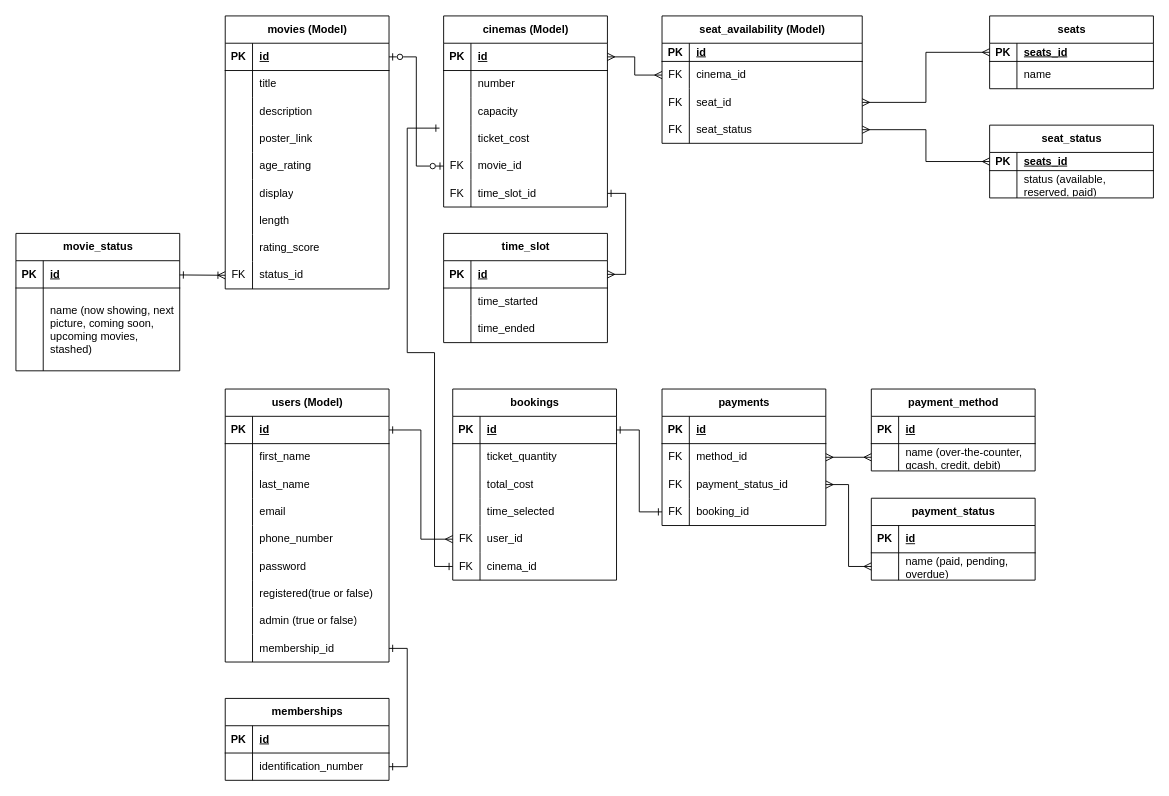
Above: page "Page-2" (2 of 2) of FLICKS.drawio in SammDumpingStation/FLICKS-Movie-Ticket-Booking-System (draw.io), before the change. Source tidied: cells renumbered, new cells numbered last; positions are measured from the earlier drawing's top-left corner, leaving out a move shared by most shapes. Both pictures are drawn from the tidied source at 91%, with x=0, y=0 at pixel (15, 15).
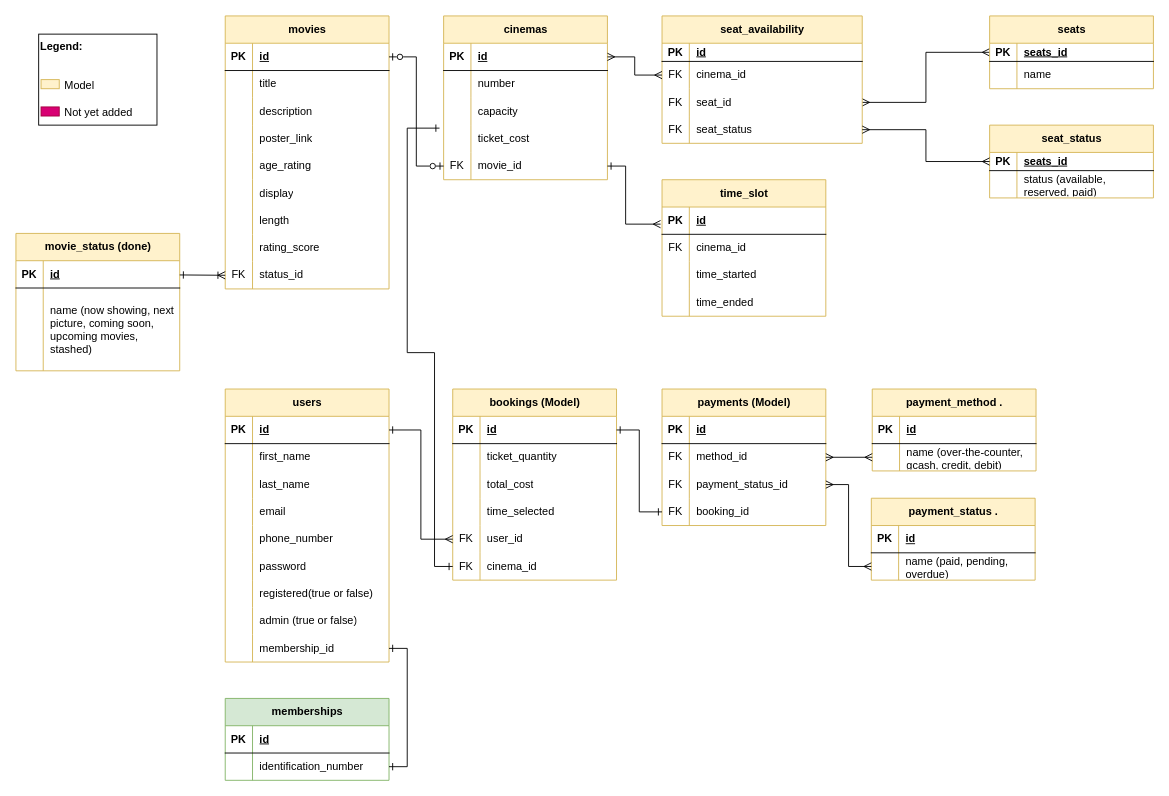
Above is the later version.

Commit message:
Flicks ERD

The change refers to these unchanged cells:
```xml
<mxCell id="84" style="shape=tableRow;horizontal=0;startSize=0;swimlaneHead=0;swimlaneBody=0;fillColor=none;points=[[0,0.5],[1,0.5]];portConstraint=eastwest;top=0;left=0;right=0;bottom=0;" parent="71" vertex="1">
  <mxGeometry y="150" width="180" height="30" as="geometry" />
</mxCell>
<mxCell id="146" style="shape=tableRow;horizontal=0;startSize=0;swimlaneHead=0;swimlaneBody=0;fillColor=none;points=[[0,0.5],[1,0.5]];portConstraint=eastwest;top=0;left=0;right=0;bottom=1;" parent="145" vertex="1">
  <mxGeometry y="30" width="180" height="30" as="geometry" />
</mxCell>
```

What changed in the source:
```diff
@@
-    <mxCell id="2" value="movies (Model)" style="shape=table;startSize=30;childLayout=tableLayout;rowLines=0;fontStyle=1;align=center;html=1;" parent="1" vertex="1">
+    <mxCell id="2" value="movies" style="shape=table;startSize=30;childLayout=tableLayout;rowLines=0;fontStyle=1;align=center;html=1;fillColor=#fff2cc;strokeColor=#d6b656;" parent="1" vertex="1">
       <mxGeometry x="230" width="180" height="300" as="geometry" />
     </mxCell>
@@
-    <mxCell id="30" value="users (Model)" style="shape=table;startSize=30;childLayout=tableLayout;rowLines=0;fontStyle=1;align=center;html=1;" parent="1" vertex="1">
+    <mxCell id="30" value="users" style="shape=table;startSize=30;childLayout=tableLayout;rowLines=0;fontStyle=1;align=center;html=1;fillColor=#fff2cc;strokeColor=#d6b656;" parent="1" vertex="1">
       <mxGeometry x="230" y="410" width="180" height="300" as="geometry" />
     </mxCell>
@@
-    <mxCell id="58" value="payments" style="shape=table;startSize=30;childLayout=tableLayout;rowLines=0;fontStyle=1;align=center;html=1;" parent="1" vertex="1">
+    <mxCell id="58" value="payments (Model)" style="shape=table;startSize=30;childLayout=tableLayout;rowLines=0;fontStyle=1;align=center;html=1;fillColor=#fff2cc;strokeColor=#d6b656;" parent="1" vertex="1">
       <mxGeometry x="710" y="410" width="180" height="150" as="geometry" />
     </mxCell>
@@
-    <mxCell id="71" value="cinemas (Model)" style="shape=table;startSize=30;childLayout=tableLayout;rowLines=0;fontStyle=1;align=center;html=1;" parent="1" vertex="1">
-      <mxGeometry x="470" width="180" height="210" as="geometry" />
+    <mxCell id="71" value="cinemas" style="shape=table;startSize=30;childLayout=tableLayout;rowLines=0;fontStyle=1;align=center;html=1;fillColor=#fff2cc;strokeColor=#d6b656;" parent="1" vertex="1">
+      <mxGeometry x="470" width="180" height="180" as="geometry" />
     </mxCell>
@@
-    <mxCell id="87" style="shape=tableRow;horizontal=0;startSize=0;swimlaneHead=0;swimlaneBody=0;fillColor=none;points=[[0,0.5],[1,0.5]];portConstraint=eastwest;top=0;left=0;right=0;bottom=0;" parent="71" vertex="1">
-      <mxGeometry y="180" width="180" height="30" as="geometry" />
-    </mxCell>
-    <mxCell id="88" value="FK" style="shape=partialRectangle;fillColor=none;top=0;left=0;bottom=0;right=0;overflow=hidden;whiteSpace=wrap;html=1;" parent="87" vertex="1">
-      <mxGeometry width="30" height="30" as="geometry" />
-    </mxCell>
-    <mxCell id="89" value="time_slot_id" style="shape=partialRectangle;fillColor=none;top=0;left=0;bottom=0;right=0;align=left;spacingLeft=6;overflow=hidden;whiteSpace=wrap;html=1;" parent="87" vertex="1">
-      <mxGeometry x="30" width="150" height="30" as="geometry" />
-    </mxCell>
-    <mxCell id="90" value="bookings" style="shape=table;startSize=30;childLayout=tableLayout;rowLines=0;fontStyle=1;align=center;html=1;" parent="1" vertex="1">
+    <mxCell id="90" value="bookings (Model)" style="shape=table;startSize=30;childLayout=tableLayout;rowLines=0;fontStyle=1;align=center;html=1;fillColor=#fff2cc;strokeColor=#d6b656;" parent="1" vertex="1">
       <mxGeometry x="480" y="410" width="180" height="210" as="geometry" />
     </mxCell>
@@
-    <mxCell id="110" value="seats" style="shape=table;startSize=30;childLayout=tableLayout;rowLines=0;fontStyle=1;align=center;html=1;" parent="1" vertex="1">
+    <mxCell id="110" value="seats" style="shape=table;startSize=30;childLayout=tableLayout;rowLines=0;fontStyle=1;align=center;html=1;fillColor=#fff2cc;strokeColor=#d6b656;" parent="1" vertex="1">
       <mxGeometry x="1070" width="180" height="80" as="geometry" />
     </mxCell>
@@
-    <mxCell id="117" value="movie_status" style="shape=table;startSize=30;childLayout=tableLayout;rowLines=0;fontStyle=1;align=center;html=1;" parent="1" vertex="1">
+    <mxCell id="117" value="movie_status (done)" style="shape=table;startSize=30;childLayout=tableLayout;rowLines=0;fontStyle=1;align=center;html=1;fillColor=#fff2cc;strokeColor=#d6b656;" parent="1" vertex="1">
       <mxGeometry y="239" width="180" height="151" as="geometry" />
     </mxCell>
@@
-    <mxCell id="124" value="memberships" style="shape=table;startSize=30;childLayout=tableLayout;rowLines=0;fontStyle=1;align=center;html=1;" parent="1" vertex="1">
+    <mxCell id="124" value="memberships" style="shape=table;startSize=30;childLayout=tableLayout;rowLines=0;fontStyle=1;align=center;html=1;fillColor=#d5e8d4;strokeColor=#82b366;" parent="1" vertex="1">
       <mxGeometry x="230" y="750" width="180" height="90" as="geometry" />
     </mxCell>
@@
-    <mxCell id="131" value="payment_status" style="shape=table;startSize=30;childLayout=tableLayout;rowLines=0;fontStyle=1;align=center;html=1;" parent="1" vertex="1">
+    <mxCell id="131" value="payment_status ." style="shape=table;startSize=30;childLayout=tableLayout;rowLines=0;fontStyle=1;align=center;html=1;fillColor=#fff2cc;strokeColor=#d6b656;" parent="1" vertex="1">
       <mxGeometry x="940" y="530" width="180" height="90" as="geometry" />
     </mxCell>
@@
-    <mxCell id="138" value="payment_method" style="shape=table;startSize=30;childLayout=tableLayout;rowLines=0;fontStyle=1;align=center;html=1;" parent="1" vertex="1">
-      <mxGeometry x="940" y="410" width="180" height="90" as="geometry" />
+    <mxCell id="138" value="payment_method ." style="shape=table;startSize=30;childLayout=tableLayout;rowLines=0;fontStyle=1;align=center;html=1;fillColor=#fff2cc;strokeColor=#d6b656;" parent="1" vertex="1">
+      <mxGeometry x="941" y="410" width="180" height="90" as="geometry" />
     </mxCell>
@@
-    <mxCell id="145" value="time_slot" style="shape=table;startSize=30;childLayout=tableLayout;rowLines=0;fontStyle=1;align=center;html=1;" parent="1" vertex="1">
-      <mxGeometry x="470" y="239" width="180" height="120" as="geometry" />
+    <mxCell id="145" value="time_slot" style="shape=table;startSize=30;childLayout=tableLayout;rowLines=0;fontStyle=1;align=center;html=1;fillColor=#fff2cc;strokeColor=#d6b656;" parent="1" vertex="1">
+      <mxGeometry x="710" y="180" width="180" height="150" as="geometry" />
     </mxCell>
@@
+    <mxCell id="187" style="shape=tableRow;horizontal=0;startSize=0;swimlaneHead=0;swimlaneBody=0;fillColor=none;top=0;left=0;right=0;bottom=0;" parent="145" vertex="1">
+      <mxGeometry y="60" width="180" height="30" as="geometry" />
+    </mxCell>
+    <mxCell id="88" value="FK" style="shape=partialRectangle;fillColor=none;top=0;left=0;bottom=0;right=0;overflow=hidden;whiteSpace=wrap;html=1;" parent="187" vertex="1">
+      <mxGeometry width="30" height="30" as="geometry" />
+    </mxCell>
+    <mxCell id="188" value="cinema_id" style="shape=partialRectangle;fillColor=none;top=0;left=0;bottom=0;right=0;align=left;spacingLeft=6;overflow=hidden;whiteSpace=wrap;html=1;" parent="187" vertex="1">
+      <mxGeometry x="30" width="150" height="30" as="geometry" />
+    </mxCell>
     <mxCell id="149" style="shape=tableRow;horizontal=0;startSize=0;swimlaneHead=0;swimlaneBody=0;fillColor=none;top=0;left=0;right=0;bottom=0;" parent="145" vertex="1">
-      <mxGeometry y="60" width="180" height="30" as="geometry" />
+      <mxGeometry y="90" width="180" height="30" as="geometry" />
     </mxCell>
@@
     <mxCell id="152" style="shape=tableRow;horizontal=0;startSize=0;swimlaneHead=0;swimlaneBody=0;fillColor=none;top=0;left=0;right=0;bottom=0;" parent="145" vertex="1">
-      <mxGeometry y="90" width="180" height="30" as="geometry" />
+      <mxGeometry y="120" width="180" height="30" as="geometry" />
     </mxCell>
@@
-    <mxCell id="155" value="seat_availability (Model)" style="shape=table;startSize=30;childLayout=tableLayout;rowLines=0;fontStyle=1;align=center;html=1;" parent="1" vertex="1">
+    <mxCell id="155" value="seat_availability" style="shape=table;startSize=30;childLayout=tableLayout;rowLines=0;fontStyle=1;align=center;html=1;fillColor=#fff2cc;strokeColor=#d6b656;" parent="1" vertex="1">
       <mxGeometry x="710" width="220" height="140" as="geometry" />
     </mxCell>
@@
-    <mxCell id="168" value="seat_status" style="shape=table;startSize=30;childLayout=tableLayout;rowLines=0;fontStyle=1;align=center;html=1;" parent="1" vertex="1">
+    <mxCell id="168" value="seat_status" style="shape=table;startSize=30;childLayout=tableLayout;rowLines=0;fontStyle=1;align=center;html=1;fillColor=#fff2cc;strokeColor=#d6b656;" parent="1" vertex="1">
       <mxGeometry x="1070" y="120" width="180" height="80" as="geometry" />
     </mxCell>
@@
-    <mxCell id="186" style="edgeStyle=orthogonalEdgeStyle;rounded=0;jettySize=auto;html=1;entryX=1;entryY=0.5;entryDx=0;entryDy=0;endArrow=ERmany;endFill=0;startArrow=ERone;startFill=0;" parent="1" edge="1" source="87" target="146">
-      <mxGeometry relative="1" as="geometry">
-        <Array as="points">
-          <mxPoint x="670" y="195" />
-          <mxPoint x="670" y="284" />
-        </Array>
-      </mxGeometry>
-    </mxCell>
+    <mxCell id="189" style="group;" parent="1" vertex="1">
+      <mxGeometry x="25" y="20" width="130" height="100" as="geometry" />
+    </mxCell>
+    <mxCell id="190" value="&lt;b&gt;Legend:&lt;/b&gt;&lt;div&gt;&lt;br&gt;&lt;/div&gt;&lt;div&gt;&lt;span style=&quot;white-space: pre;&quot;&gt;&#9;&lt;/span&gt;&lt;/div&gt;&lt;div&gt;&lt;span style=&quot;white-space: pre;&quot;&gt;&#9;&lt;/span&gt;Model&lt;/div&gt;&lt;div&gt;&lt;div&gt;&lt;span style=&quot;white-space: pre;&quot;&gt;&#9;&lt;/span&gt;&amp;nbsp;&lt;/div&gt;&lt;div&gt;&lt;span style=&quot;white-space: pre;&quot;&gt;&#9;&lt;/span&gt;Not yet added&lt;/div&gt;&lt;/div&gt;" style="whiteSpace=wrap;html=1;align=left;horizontal=1;verticalAlign=top;" parent="189" vertex="1">
+      <mxGeometry width="130" height="100" as="geometry" />
+    </mxCell>
+    <mxCell id="191" style="whiteSpace=wrap;html=1;fillColor=#d80073;strokeColor=#A50040;fontColor=#ffffff;" parent="189" vertex="1">
+      <mxGeometry x="2.6" y="80" width="20" height="10" as="geometry" />
+    </mxCell>
+    <mxCell id="192" style="whiteSpace=wrap;html=1;fillColor=#fff2cc;strokeColor=#d6b656;" parent="189" vertex="1">
+      <mxGeometry x="2.6" y="50" width="20" height="10" as="geometry" />
+    </mxCell>
+    <mxCell id="193" style="edgeStyle=orthogonalEdgeStyle;rounded=0;jettySize=auto;html=1;entryX=-0.009;entryY=0.627;entryDx=0;entryDy=0;endArrow=ERmany;endFill=0;startArrow=ERone;startFill=0;exitX=1;exitY=0.5;exitDx=0;exitDy=0;entryPerimeter=0;" parent="1" edge="1" source="84" target="146">
+      <mxGeometry relative="1" as="geometry">
+        <Array as="points">
+          <mxPoint x="670" y="165" />
+          <mxPoint x="670" y="229" />
+        </Array>
+      </mxGeometry>
+    </mxCell>
```
